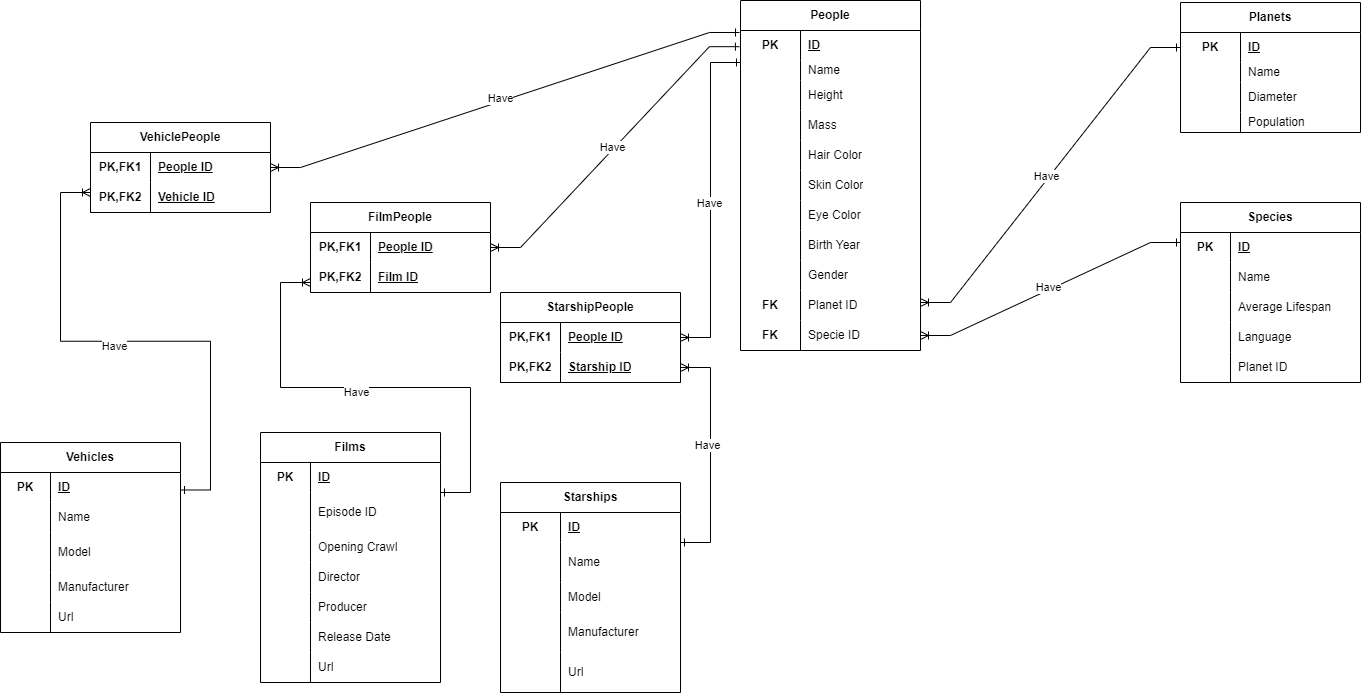
Earlier version of the draw.io export app/assets/images/starwars.png (MaryamGambo/Star-Wars-Universe). Source tidied: cells renumbered, new cells last; positions are measured from the earlier drawing's top-left corner, leaving out a move shared by most shapes.
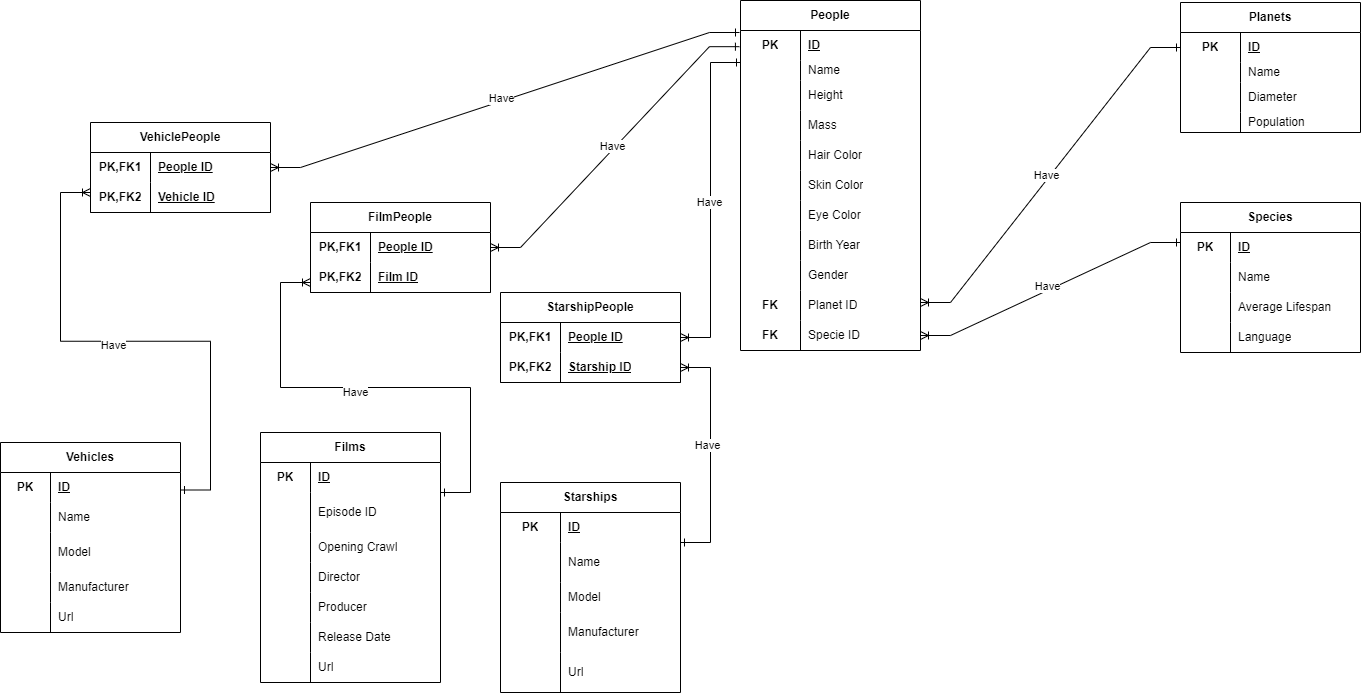
The same diagram one commit later.

Change to the diagram source:
```diff
@@ -192,7 +192,7 @@
       <mxGeometry x="60" width="120" height="40" as="geometry" />
     </mxCell>
     <mxCell id="65" value="Species" style="shape=table;startSize=30;rowLines=0;fontStyle=1;align=center;html=1;whiteSpace=wrap;" parent="1" vertex="1">
-      <mxGeometry x="1180" y="202" width="180" height="180" as="geometry" />
+      <mxGeometry x="1180" y="202" width="180" height="150" as="geometry" />
     </mxCell>
     <mxCell id="66" style="shape=tableRow;horizontal=0;startSize=0;swimlaneHead=0;swimlaneBody=0;fillColor=none;top=0;left=0;right=0;bottom=0;html=1;" parent="65" vertex="1">
       <mxGeometry y="30" width="180" height="30" as="geometry" />
@@ -230,15 +230,6 @@
     <mxCell id="77" value="Language" style="shape=partialRectangle;fillColor=none;top=0;left=0;bottom=0;right=0;align=left;spacingLeft=6;overflow=hidden;html=1;whiteSpace=wrap;" parent="75" vertex="1">
       <mxGeometry x="50" width="130" height="30" as="geometry" />
     </mxCell>
-    <mxCell id="78" style="shape=tableRow;horizontal=0;startSize=0;swimlaneHead=0;swimlaneBody=0;fillColor=none;top=0;left=0;right=0;bottom=0;html=1;" parent="65" vertex="1">
-      <mxGeometry y="150" width="180" height="30" as="geometry" />
-    </mxCell>
-    <mxCell id="79" style="shape=partialRectangle;fillColor=none;top=0;left=0;bottom=0;right=0;overflow=hidden;html=1;whiteSpace=wrap;" parent="78" vertex="1">
-      <mxGeometry width="50" height="30" as="geometry" />
-    </mxCell>
-    <mxCell id="80" value="Planet ID" style="shape=partialRectangle;fillColor=none;top=0;left=0;bottom=0;right=0;align=left;spacingLeft=6;overflow=hidden;html=1;whiteSpace=wrap;" parent="78" vertex="1">
-      <mxGeometry x="50" width="130" height="30" as="geometry" />
-    </mxCell>
     <mxCell id="81" value="Vehicles" style="shape=table;startSize=30;rowLines=0;fontStyle=1;align=center;html=1;whiteSpace=wrap;" parent="1" vertex="1">
       <mxGeometry y="442" width="180" height="190" as="geometry" />
     </mxCell>
```
